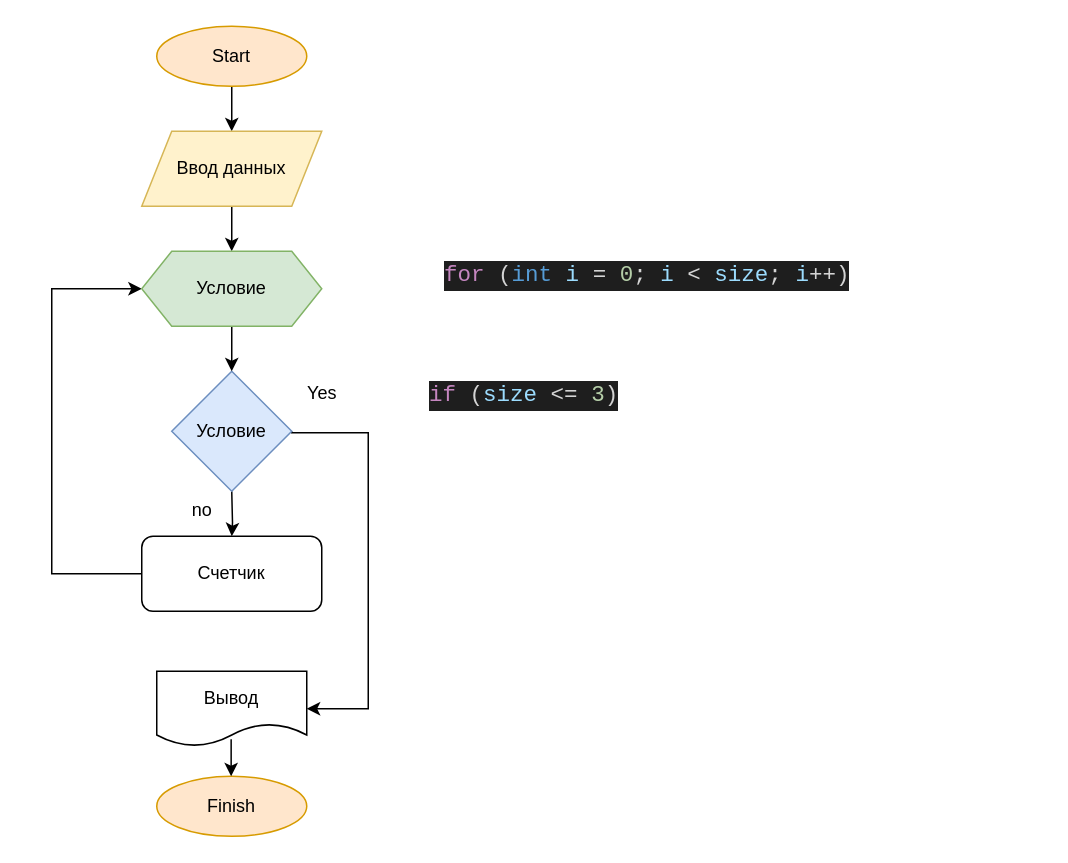
Above: Блок-схема.drawio in TatyanaGB2022/FinalWork (draw.io), before the change. Source tidied: cells renumbered, new cells numbered last; positions are measured from the earlier drawing's top-left corner, leaving out a move shared by most shapes. Both pictures are drawn from the tidied source at 150%, with x=0, y=0 at pixel (51, 26).
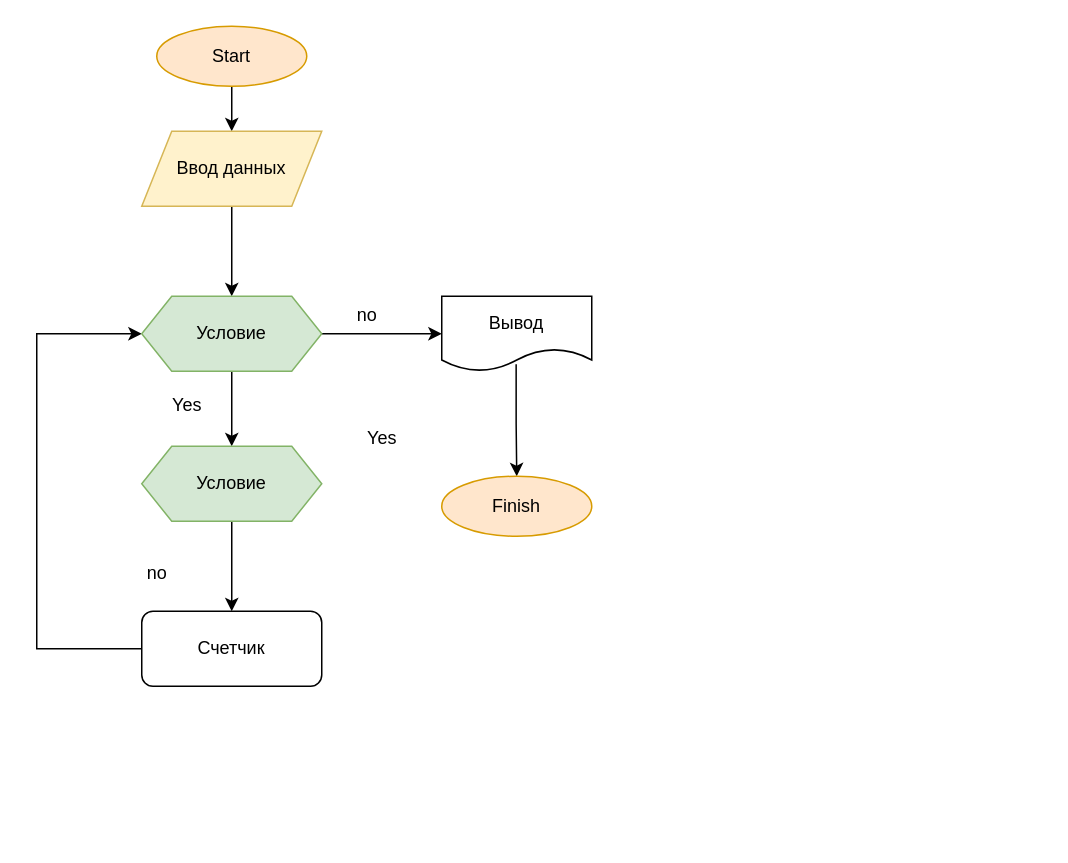
The same page after the edit.

Change to the diagram source:
```diff
@@
-    <mxCell id="4" value="Finish" style="ellipse;whiteSpace=wrap;html=1;fillColor=#ffe6cc;strokeColor=#d79b00;" parent="1" vertex="1">
-      <mxGeometry x="70" y="500" width="100" height="40" as="geometry" />
-    </mxCell>
@@
-    <mxCell id="7" style="edgeStyle=orthogonalEdgeStyle;rounded=0;jettySize=auto;html=1;" parent="1" edge="1" target="11">
-      <mxGeometry relative="1" as="geometry">
-        <mxPoint x="120" y="310" as="sourcePoint" />
-      </mxGeometry>
-    </mxCell>
-    <mxCell id="8" style="edgeStyle=orthogonalEdgeStyle;rounded=0;jettySize=auto;html=1;entryX=1;entryY=0.5;entryDx=0;entryDy=0;" parent="1" edge="1" target="13">
-      <mxGeometry relative="1" as="geometry">
-        <mxPoint x="160" y="270" as="sourcePoint" />
-        <Array as="points">
-          <mxPoint x="160" y="271" />
-          <mxPoint x="211" y="271" />
-          <mxPoint x="211" y="455" />
-        </Array>
-      </mxGeometry>
-    </mxCell>
-    <mxCell id="9" value="Условие" style="rhombus;whiteSpace=wrap;html=1;fillColor=#dae8fc;strokeColor=#6c8ebf;" parent="1" vertex="1">
-      <mxGeometry x="80" y="230" width="80" height="80" as="geometry" />
-    </mxCell>
     <mxCell id="10" style="edgeStyle=orthogonalEdgeStyle;rounded=0;jettySize=auto;html=1;entryX=0;entryY=0.5;entryDx=0;entryDy=0;exitX=0;exitY=0.5;exitDx=0;exitDy=0;" parent="1" edge="1" source="11" target="16">
       <mxGeometry relative="1" as="geometry">
         <Array as="points">
-          <mxPoint y="365" />
-          <mxPoint y="175" />
+          <mxPoint x="-10" y="415" />
+          <mxPoint x="-10" y="205" />
         </Array>
       </mxGeometry>
     </mxCell>
     <mxCell id="11" value="Счетчик" style="rounded=1;whiteSpace=wrap;html=1;" parent="1" vertex="1">
-      <mxGeometry x="60" y="340" width="120" height="50" as="geometry" />
+      <mxGeometry x="60" y="390" width="120" height="50" as="geometry" />
     </mxCell>
-    <mxCell id="12" style="edgeStyle=orthogonalEdgeStyle;rounded=0;jettySize=auto;html=1;exitX=0.496;exitY=0.907;exitDx=0;exitDy=0;exitPerimeter=0;" parent="1" edge="1" source="13" target="4">
-      <mxGeometry relative="1" as="geometry" />
-    </mxCell>
     <mxCell id="13" value="Вывод" style="shape=document;whiteSpace=wrap;html=1;boundedLbl=1;" parent="1" vertex="1">
-      <mxGeometry x="70" y="430" width="100" height="50" as="geometry" />
+      <mxGeometry x="260" y="180" width="100" height="50" as="geometry" />
     </mxCell>
     <mxCell id="14" value="Yes" style="text;html=1;align=center;verticalAlign=middle;strokeColor=none;fillColor=none;" parent="1" vertex="1">
-      <mxGeometry x="160" y="230" width="40" height="30" as="geometry" />
+      <mxGeometry x="200" y="260" width="40" height="30" as="geometry" />
     </mxCell>
@@
+    <mxCell id="20" style="edgeStyle=orthogonalEdgeStyle;rounded=0;jettySize=auto;html=1;" parent="1" edge="1" source="16" target="13">
+      <mxGeometry relative="1" as="geometry" />
+    </mxCell>
     <mxCell id="16" value="Условие" style="shape=hexagon;perimeter=hexagonPerimeter2;whiteSpace=wrap;html=1;fixedSize=1;fillColor=#d5e8d4;strokeColor=#82b366;" parent="1" vertex="1">
-      <mxGeometry x="60" y="150" width="120" height="50" as="geometry" />
+      <mxGeometry x="60" y="180" width="120" height="50" as="geometry" />
     </mxCell>
-    <mxCell id="17" value="&lt;div style=&quot;background-color: rgb(30, 30, 30); font-family: Consolas, &amp;quot;Courier New&amp;quot;, monospace; font-weight: normal; font-size: 15px; line-height: 20px; white-space: pre;&quot;&gt;&lt;div style=&quot;&quot;&gt;&lt;span style=&quot;color: rgb(197, 134, 192);&quot;&gt;for&lt;/span&gt;&lt;span style=&quot;color: rgb(212, 212, 212);&quot;&gt; (&lt;/span&gt;&lt;span style=&quot;color: rgb(86, 156, 214);&quot;&gt;int&lt;/span&gt;&lt;span style=&quot;color: rgb(212, 212, 212);&quot;&gt; &lt;/span&gt;&lt;span style=&quot;color: rgb(156, 220, 254);&quot;&gt;i&lt;/span&gt;&lt;span style=&quot;color: rgb(212, 212, 212);&quot;&gt; &lt;/span&gt;&lt;span style=&quot;color: rgb(212, 212, 212);&quot;&gt;=&lt;/span&gt;&lt;span style=&quot;color: rgb(212, 212, 212);&quot;&gt; &lt;/span&gt;&lt;span style=&quot;color: rgb(181, 206, 168);&quot;&gt;0&lt;/span&gt;&lt;span style=&quot;color: rgb(212, 212, 212);&quot;&gt;; &lt;/span&gt;&lt;span style=&quot;color: rgb(156, 220, 254);&quot;&gt;i&lt;/span&gt;&lt;span style=&quot;color: rgb(212, 212, 212);&quot;&gt; &lt;/span&gt;&lt;span style=&quot;color: rgb(212, 212, 212);&quot;&gt;&amp;lt;&lt;/span&gt;&lt;span style=&quot;color: rgb(212, 212, 212);&quot;&gt; &lt;/span&gt;&lt;font color=&quot;#9cdcfe&quot;&gt;size&lt;/font&gt;&lt;span style=&quot;color: rgb(212, 212, 212);&quot;&gt;; &lt;/span&gt;&lt;span style=&quot;color: rgb(156, 220, 254);&quot;&gt;i&lt;/span&gt;&lt;span style=&quot;color: rgb(212, 212, 212);&quot;&gt;++&lt;/span&gt;&lt;span style=&quot;color: rgb(212, 212, 212);&quot;&gt;)&lt;/span&gt;&lt;/div&gt;&lt;/div&gt;" style="text;whiteSpace=wrap;html=1;" parent="1" vertex="1">
-      <mxGeometry x="260" y="150" width="400" height="40" as="geometry" />
-    </mxCell>
-    <mxCell id="18" value="&lt;div style=&quot;background-color: rgb(30, 30, 30); font-family: Consolas, &amp;quot;Courier New&amp;quot;, monospace; font-weight: normal; font-size: 15px; line-height: 20px; white-space: pre;&quot;&gt;&lt;div style=&quot;&quot;&gt;&lt;span style=&quot;color: rgb(197, 134, 192);&quot;&gt;if&lt;/span&gt;&lt;span style=&quot;color: rgb(212, 212, 212);&quot;&gt; (&lt;/span&gt;&lt;font color=&quot;#9cdcfe&quot;&gt;size&lt;/font&gt;&lt;span style=&quot;color: rgb(212, 212, 212);&quot;&gt; &lt;/span&gt;&lt;span style=&quot;color: rgb(212, 212, 212);&quot;&gt;&amp;lt;=&lt;/span&gt;&lt;span style=&quot;color: rgb(212, 212, 212);&quot;&gt; &lt;/span&gt;&lt;span style=&quot;color: rgb(181, 206, 168);&quot;&gt;3&lt;/span&gt;&lt;span style=&quot;color: rgb(212, 212, 212);&quot;&gt;)&lt;/span&gt;&lt;/div&gt;&lt;/div&gt;" style="text;whiteSpace=wrap;html=1;" parent="1" vertex="1">
-      <mxGeometry x="250" y="230" width="290" height="40" as="geometry" />
-    </mxCell>
     <mxCell id="19" value="no" style="text;html=1;align=center;verticalAlign=middle;strokeColor=none;fillColor=none;" parent="1" vertex="1">
-      <mxGeometry x="80" y="308" width="40" height="30" as="geometry" />
+      <mxGeometry x="50" y="350" width="40" height="30" as="geometry" />
     </mxCell>
+    <mxCell id="21" style="edgeStyle=orthogonalEdgeStyle;rounded=0;orthogonalLoop=1;jettySize=auto;html=1;" parent="1" edge="1">
+      <mxGeometry relative="1" as="geometry">
+        <mxPoint x="120" y="280" as="sourcePoint" />
+        <mxPoint x="120" y="300" as="targetPoint" />
+      </mxGeometry>
+    </mxCell>
+    <mxCell id="22" style="edgeStyle=orthogonalEdgeStyle;rounded=0;jettySize=auto;html=1;entryX=0.5;entryY=0;entryDx=0;entryDy=0;" parent="1" edge="1" source="9" target="11">
+      <mxGeometry relative="1" as="geometry" />
+    </mxCell>
+    <mxCell id="9" value="Условие" style="shape=hexagon;perimeter=hexagonPerimeter2;whiteSpace=wrap;html=1;fixedSize=1;fillColor=#d5e8d4;strokeColor=#82b366;" parent="1" vertex="1">
+      <mxGeometry x="60" y="280" width="120" height="50" as="geometry" />
+    </mxCell>
+    <mxCell id="12" style="edgeStyle=orthogonalEdgeStyle;rounded=0;jettySize=auto;html=1;exitX=0.496;exitY=0.907;exitDx=0;exitDy=0;exitPerimeter=0;" parent="1" edge="1" source="13" target="4">
+      <mxGeometry relative="1" as="geometry" />
+    </mxCell>
+    <mxCell id="4" value="Finish" style="ellipse;whiteSpace=wrap;html=1;fillColor=#ffe6cc;strokeColor=#d79b00;" parent="1" vertex="1">
+      <mxGeometry x="260" y="300" width="100" height="40" as="geometry" />
+    </mxCell>
+    <mxCell id="23" value="Yes" style="text;html=1;align=center;verticalAlign=middle;strokeColor=none;fillColor=none;" parent="1" vertex="1">
+      <mxGeometry x="70" y="238" width="40" height="30" as="geometry" />
+    </mxCell>
+    <mxCell id="24" value="no" style="text;html=1;align=center;verticalAlign=middle;strokeColor=none;fillColor=none;" parent="1" vertex="1">
+      <mxGeometry x="190" y="178" width="40" height="30" as="geometry" />
+    </mxCell>
```
